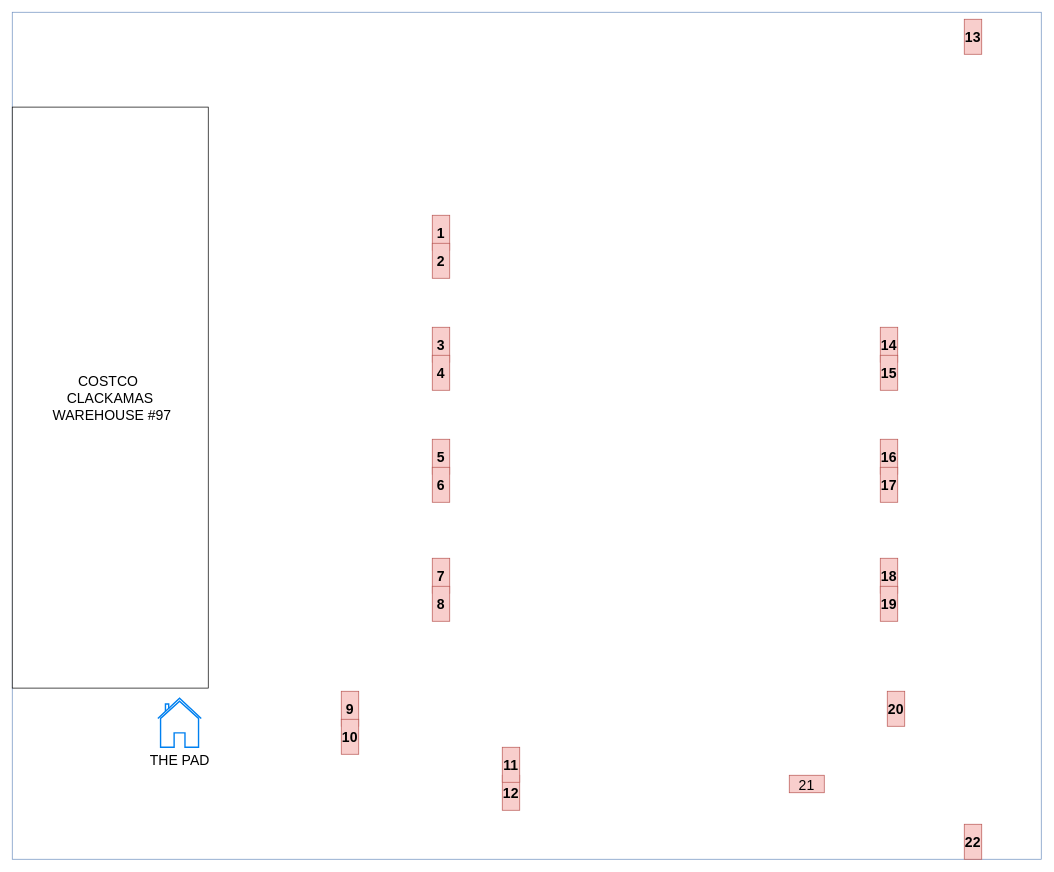
This is diagram/parkinglot.drawio from chanks06/costco-cart-model, a draw.io file, before an edit. Source tidied: cells renumbered, new cells numbered last; positions are measured from the earlier drawing's top-left corner, leaving out a move shared by most shapes. Both pictures are drawn from the tidied source at 70%, with x=0, y=0 at pixel (12, 12).
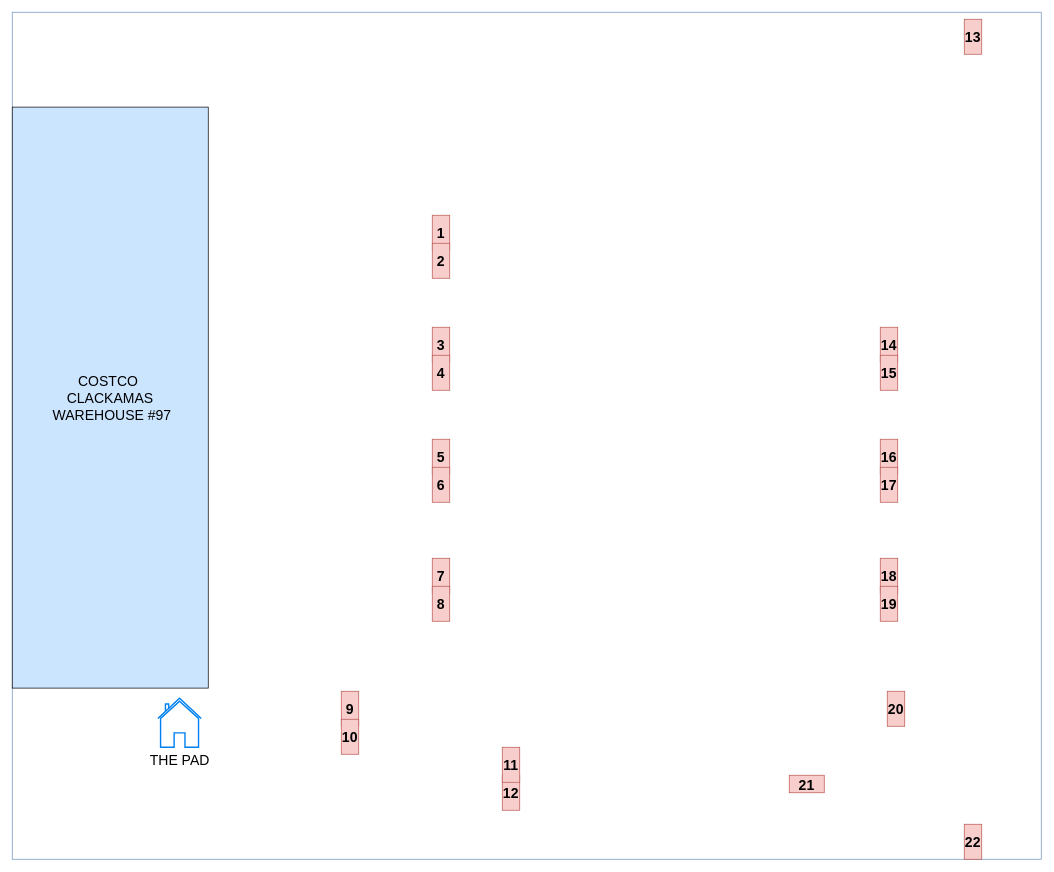
The same diagram, later.

The edit, as a diff of the source:
```diff
@@
-    <mxCell id="3" value="&lt;font style=&quot;font-size: 20px;&quot;&gt;COSTCO&amp;nbsp;&lt;br&gt;CLACKAMAS&lt;br&gt;&amp;nbsp;WAREHOUSE #97&lt;/font&gt;" style="rounded=0;whiteSpace=wrap;html=1;" parent="1" vertex="1">
+    <mxCell id="3" value="&lt;font style=&quot;font-size: 20px;&quot;&gt;COSTCO&amp;nbsp;&lt;br&gt;CLACKAMAS&lt;br&gt;&amp;nbsp;WAREHOUSE #97&lt;/font&gt;" style="rounded=0;whiteSpace=wrap;html=1;fillColor=#CCE5FF;" parent="1" vertex="1">
       <mxGeometry y="135.5" width="280" height="830" as="geometry" />
     </mxCell>
@@
-    <mxCell id="19" value="21" style="rounded=0;whiteSpace=wrap;html=1;direction=west;fillColor=#f8cecc;strokeColor=#b85450;fontSize=20;" parent="1" vertex="1">
+    <mxCell id="19" value="21" style="rounded=0;whiteSpace=wrap;html=1;direction=west;fillColor=#f8cecc;strokeColor=#b85450;fontSize=20;fontStyle=1;" parent="1" vertex="1">
       <mxGeometry x="1110" y="1090" width="50" height="25" as="geometry" />
     </mxCell>
```
